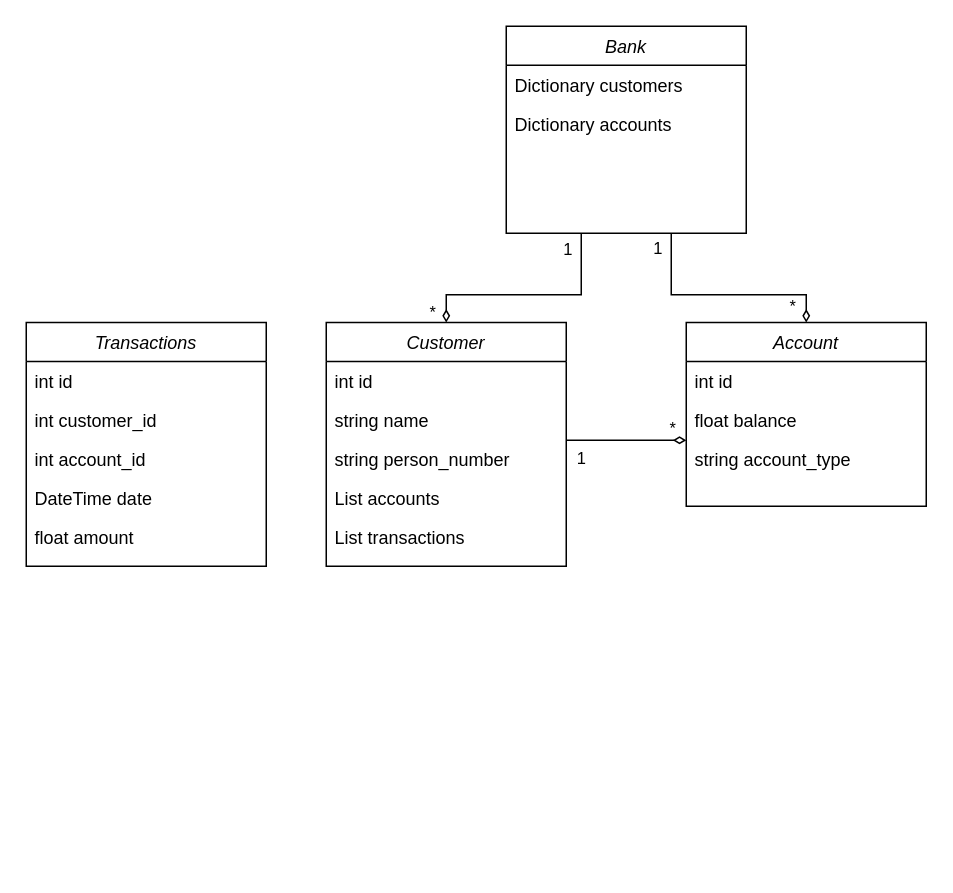
The draw.io diagram ai/assignments/bank/Untitled Diagram.drawio in gamebacon/Lektioner, before the edit. Source tidied: cells renumbered, new cells numbered last; positions are measured from the earlier drawing's top-left corner, leaving out a move shared by most shapes. Both pictures are drawn from the tidied source at 150%, with x=0, y=0 at pixel (26, 26).
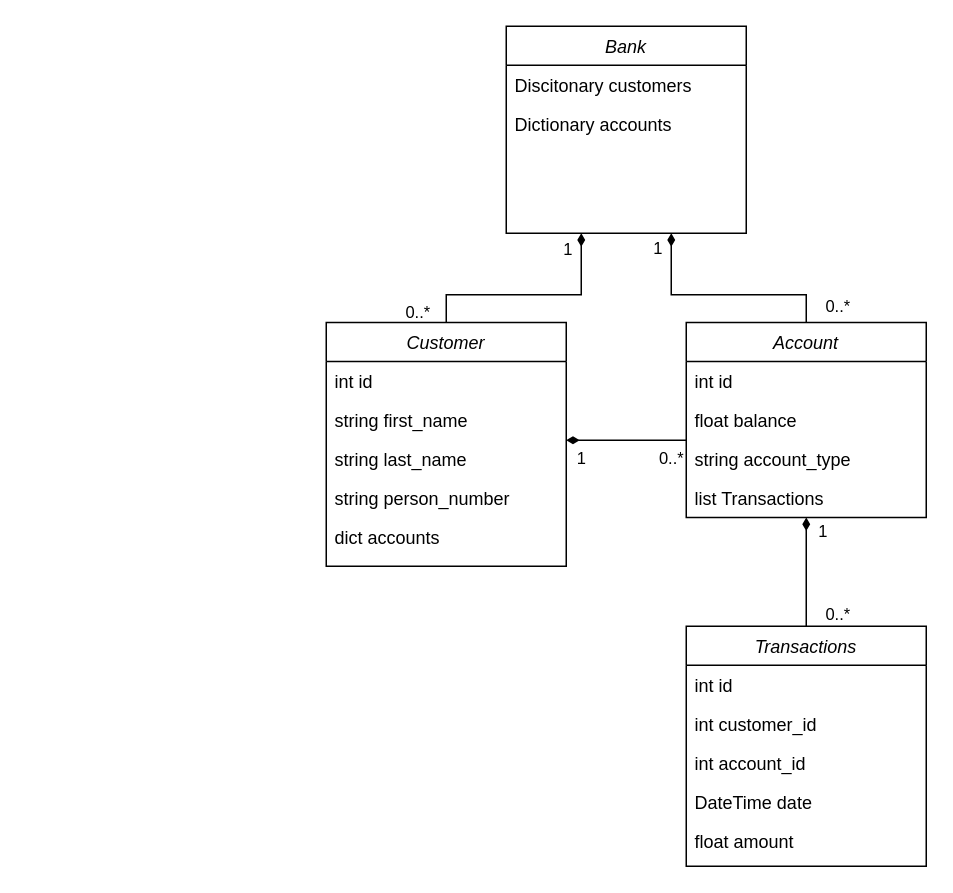
After the change.

Unchanged cells that the change refers to:
```xml
<mxCell id="8" value="Bank" style="swimlane;fontStyle=2;align=center;verticalAlign=top;horizontal=1;startSize=26;rounded=0;shadow=0;strokeWidth=1;" parent="1" vertex="1">
  <mxGeometry x="320" width="160" height="138" as="geometry" />
</mxCell>
<mxCell id="18" value="Customer" style="swimlane;fontStyle=2;align=center;verticalAlign=top;horizontal=1;startSize=26;rounded=0;shadow=0;strokeWidth=1;" parent="1" vertex="1">
  <mxGeometry x="200" y="197.5" width="160" height="162.5" as="geometry" />
</mxCell>
```

The edit, as a diff of the source:
```diff
@@
-    <mxCell id="2" style="edgeStyle=orthogonalEdgeStyle;rounded=0;jettySize=auto;html=1;endArrow=diamondThin;endFill=0;" parent="1" edge="1" source="8" target="18">
+    <mxCell id="2" style="edgeStyle=orthogonalEdgeStyle;rounded=0;jettySize=auto;html=1;endArrow=none;endFill=0;startArrow=diamondThin;startFill=1;" parent="1" edge="1" source="8" target="18">
       <mxGeometry relative="1" as="geometry">
         <Array as="points">
           <mxPoint x="370" y="179" />
           <mxPoint x="280" y="179" />
         </Array>
       </mxGeometry>
     </mxCell>
@@
-    <mxCell id="4" value="*" style="edgeLabel;html=1;align=center;verticalAlign=middle;" parent="2" vertex="1">
+    <mxCell id="4" value="0..*" style="edgeLabel;html=1;align=center;verticalAlign=middle;" parent="2" vertex="1">
       <mxGeometry x="0.9" relative="1" as="geometry">
-        <mxPoint x="-10" as="offset" />
+        <mxPoint x="-20" as="offset" />
       </mxGeometry>
     </mxCell>
-    <mxCell id="5" style="edgeStyle=orthogonalEdgeStyle;rounded=0;jettySize=auto;html=1;endArrow=diamondThin;endFill=0;strokeWidth=1;" parent="1" edge="1" source="8" target="11">
+    <mxCell id="5" style="edgeStyle=orthogonalEdgeStyle;rounded=0;jettySize=auto;html=1;endArrow=none;endFill=0;strokeWidth=1;startArrow=diamondThin;startFill=1;" parent="1" edge="1" source="8" target="11">
       <mxGeometry relative="1" as="geometry">
         <Array as="points">
           <mxPoint x="430" y="179" />
           <mxPoint x="520" y="179" />
         </Array>
       </mxGeometry>
     </mxCell>
@@
-    <mxCell id="7" value="*" style="edgeLabel;html=1;align=center;verticalAlign=middle;" parent="5" vertex="1">
+    <mxCell id="7" value="0..*" style="edgeLabel;html=1;align=center;verticalAlign=middle;" parent="5" vertex="1">
       <mxGeometry x="0.85" y="-1" relative="1" as="geometry">
-        <mxPoint x="-9" as="offset" />
+        <mxPoint x="21" as="offset" />
       </mxGeometry>
     </mxCell>
@@
-    <mxCell id="9" value="Dictionary customers" style="text;align=left;verticalAlign=top;spacingLeft=4;spacingRight=4;overflow=hidden;" parent="8" vertex="1">
+    <mxCell id="9" value="Discitonary customers" style="text;align=left;verticalAlign=top;spacingLeft=4;spacingRight=4;overflow=hidden;" parent="8" vertex="1">
       <mxGeometry y="26" width="160" height="26" as="geometry" />
     </mxCell>
@@
     <mxCell id="11" value="Account" style="swimlane;fontStyle=2;align=center;verticalAlign=top;horizontal=1;startSize=26;rounded=0;shadow=0;strokeWidth=1;" parent="1" vertex="1">
-      <mxGeometry x="440" y="197.5" width="160" height="122.5" as="geometry" />
+      <mxGeometry x="440" y="197.5" width="160" height="130" as="geometry" />
     </mxCell>
@@
+    <mxCell id="30" value="list Transactions" style="text;align=left;verticalAlign=top;spacingLeft=4;spacingRight=4;overflow=hidden;rounded=0;shadow=0;html=0;" parent="11" vertex="1">
+      <mxGeometry y="104" width="160" height="26" as="geometry" />
+    </mxCell>
-    <mxCell id="15" style="edgeStyle=orthogonalEdgeStyle;rounded=0;jettySize=auto;html=1;endArrow=diamondThin;endFill=0;" parent="1" edge="1" source="18" target="11">
-      <mxGeometry relative="1" as="geometry">
+    <mxCell id="15" value="0..*" style="edgeStyle=orthogonalEdgeStyle;rounded=0;jettySize=auto;html=1;endArrow=none;endFill=0;startArrow=diamondThin;startFill=1;" parent="1" edge="1" source="18" target="11">
+      <mxGeometry x="0.75" y="-12" relative="1" as="geometry">
         <Array as="points">
           <mxPoint x="390" y="276" />
           <mxPoint x="390" y="276" />
         </Array>
       </mxGeometry>
     </mxCell>
-    <mxCell id="16" value="*" style="edgeLabel;html=1;align=center;verticalAlign=middle;" parent="15" vertex="1">
-      <mxGeometry x="0.65" y="-2" relative="1" as="geometry">
-        <mxPoint x="4" y="-11" as="offset" />
-      </mxGeometry>
-    </mxCell>
@@
-    <mxCell id="20" value="string name" style="text;align=left;verticalAlign=top;spacingLeft=4;spacingRight=4;overflow=hidden;" parent="18" vertex="1">
+    <mxCell id="20" value="string first_name" style="text;align=left;verticalAlign=top;spacingLeft=4;spacingRight=4;overflow=hidden;" parent="18" vertex="1">
       <mxGeometry y="52" width="160" height="26" as="geometry" />
     </mxCell>
+    <mxCell id="31" value="string last_name" style="text;align=left;verticalAlign=top;spacingLeft=4;spacingRight=4;overflow=hidden;" parent="18" vertex="1">
+      <mxGeometry y="78" width="160" height="26" as="geometry" />
+    </mxCell>
     <mxCell id="21" value="string person_number" style="text;align=left;verticalAlign=top;spacingLeft=4;spacingRight=4;overflow=hidden;rounded=0;shadow=0;html=0;" parent="18" vertex="1">
-      <mxGeometry y="78" width="160" height="26" as="geometry" />
+      <mxGeometry y="104" width="160" height="26" as="geometry" />
     </mxCell>
-    <mxCell id="22" value="List accounts" style="text;align=left;verticalAlign=top;spacingLeft=4;spacingRight=4;overflow=hidden;rounded=0;shadow=0;html=0;" parent="18" vertex="1">
-      <mxGeometry y="104" width="160" height="26" as="geometry" />
+    <mxCell id="22" value="dict accounts" style="text;align=left;verticalAlign=top;spacingLeft=4;spacingRight=4;overflow=hidden;rounded=0;shadow=0;html=0;" parent="18" vertex="1">
+      <mxGeometry y="130" width="160" height="26" as="geometry" />
     </mxCell>
-    <mxCell id="23" value="List transactions" style="text;align=left;verticalAlign=top;spacingLeft=4;spacingRight=4;overflow=hidden;rounded=0;shadow=0;html=0;" parent="18" vertex="1">
-      <mxGeometry y="130" width="160" height="26" as="geometry" />
-    </mxCell>
+    <mxCell id="32" style="edgeStyle=orthogonalEdgeStyle;rounded=0;jettySize=auto;html=1;startArrow=none;startFill=0;endArrow=diamondThin;endFill=1;" parent="1" edge="1" source="24" target="11">
+      <mxGeometry relative="1" as="geometry" />
+    </mxCell>
+    <mxCell id="33" value="1" style="edgeLabel;html=1;align=center;verticalAlign=middle;" parent="32" vertex="1">
+      <mxGeometry x="0.15" y="-1" relative="1" as="geometry">
+        <mxPoint x="9" y="-22" as="offset" />
+      </mxGeometry>
+    </mxCell>
+    <mxCell id="34" value="0..*" style="edgeLabel;html=1;align=center;verticalAlign=middle;" parent="32" vertex="1">
+      <mxGeometry x="-0.65" y="2" relative="1" as="geometry">
+        <mxPoint x="22" y="4" as="offset" />
+      </mxGeometry>
+    </mxCell>
     <mxCell id="24" value="Transactions" style="swimlane;fontStyle=2;align=center;verticalAlign=top;horizontal=1;startSize=26;rounded=0;shadow=0;strokeWidth=1;" parent="1" vertex="1">
-      <mxGeometry y="197.5" width="160" height="162.5" as="geometry" />
+      <mxGeometry x="440" y="400" width="160" height="160" as="geometry" />
     </mxCell>
```
